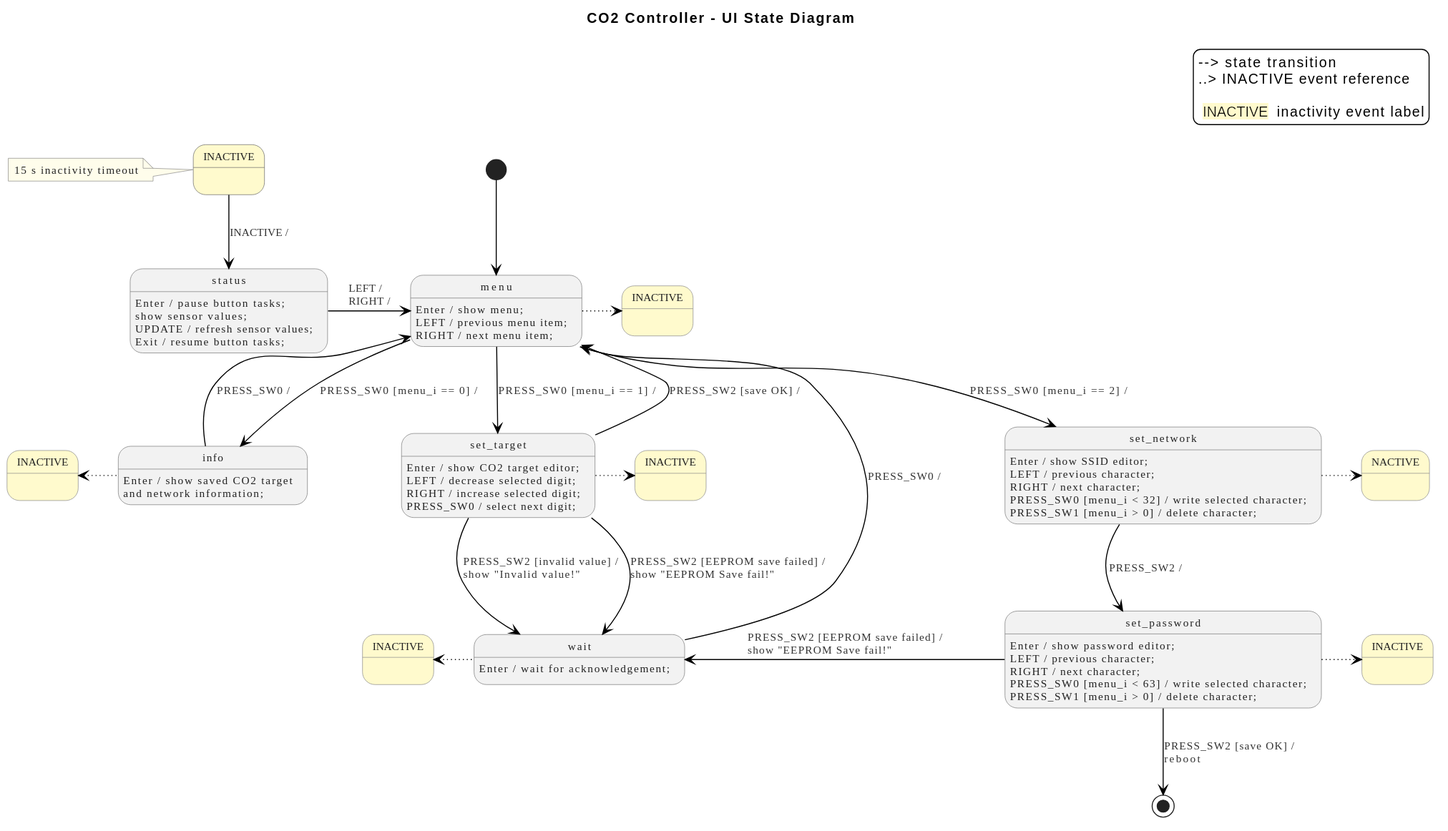
Above: diagrams/out/UI_state_diagram/UI_state_diagram.svg in aleksanteril/YetAnotherGreenhouseController (PlantUML), before the change.
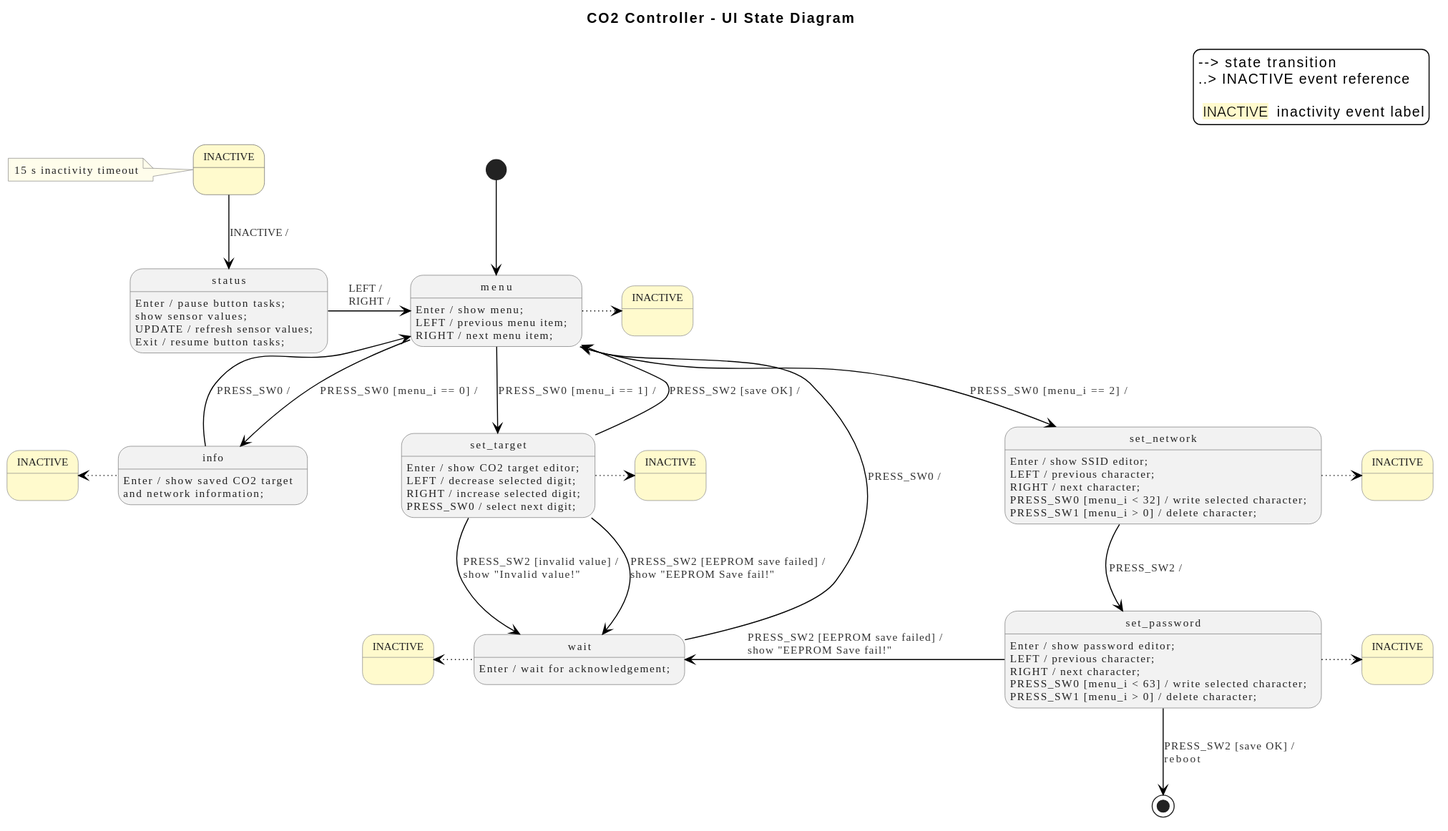
After the commit.

What changed in the source:
```diff
@@ -78,7 +78,7 @@
 state "INACTIVE" as inactive_menu <<netlabel>>
 state "INACTIVE" as inactive_info <<netlabel>>
 state "INACTIVE" as inactive_target <<netlabel>>
-state "NACTIVE" as inactive_network <<netlabel>>
+state "INACTIVE" as inactive_network <<netlabel>>
 state "INACTIVE" as inactive_password <<netlabel>>
 state "INACTIVE" as inactive_wait <<netlabel>>
 
```
